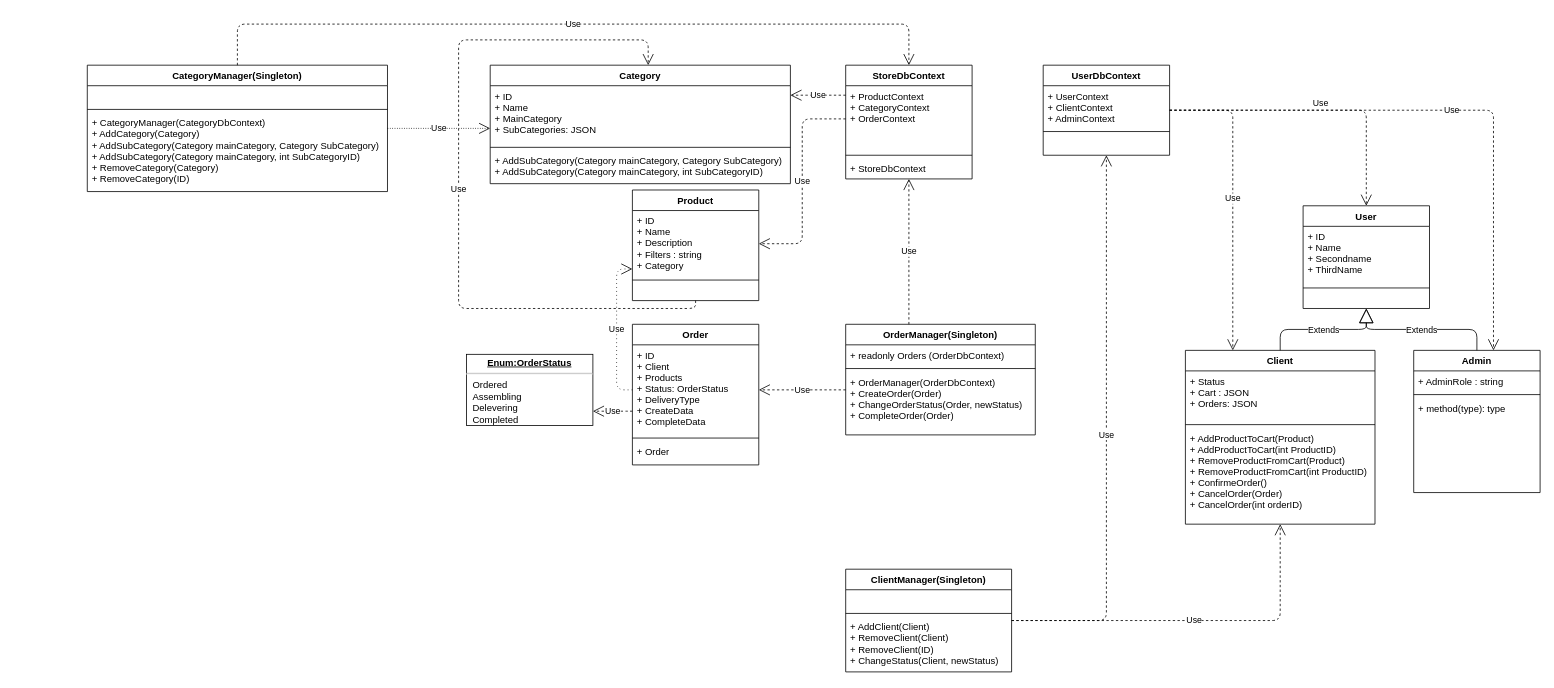
Before: UML Diagram.drawio in ArtemGB/AlpakaStore, a draw.io diagram. Source tidied: cells renumbered, new cells numbered last; positions are measured from the earlier drawing's top-left corner, leaving out a move shared by most shapes. Both pictures are drawn from the tidied source at 79%, with x=0, y=0 at pixel (87, 24).
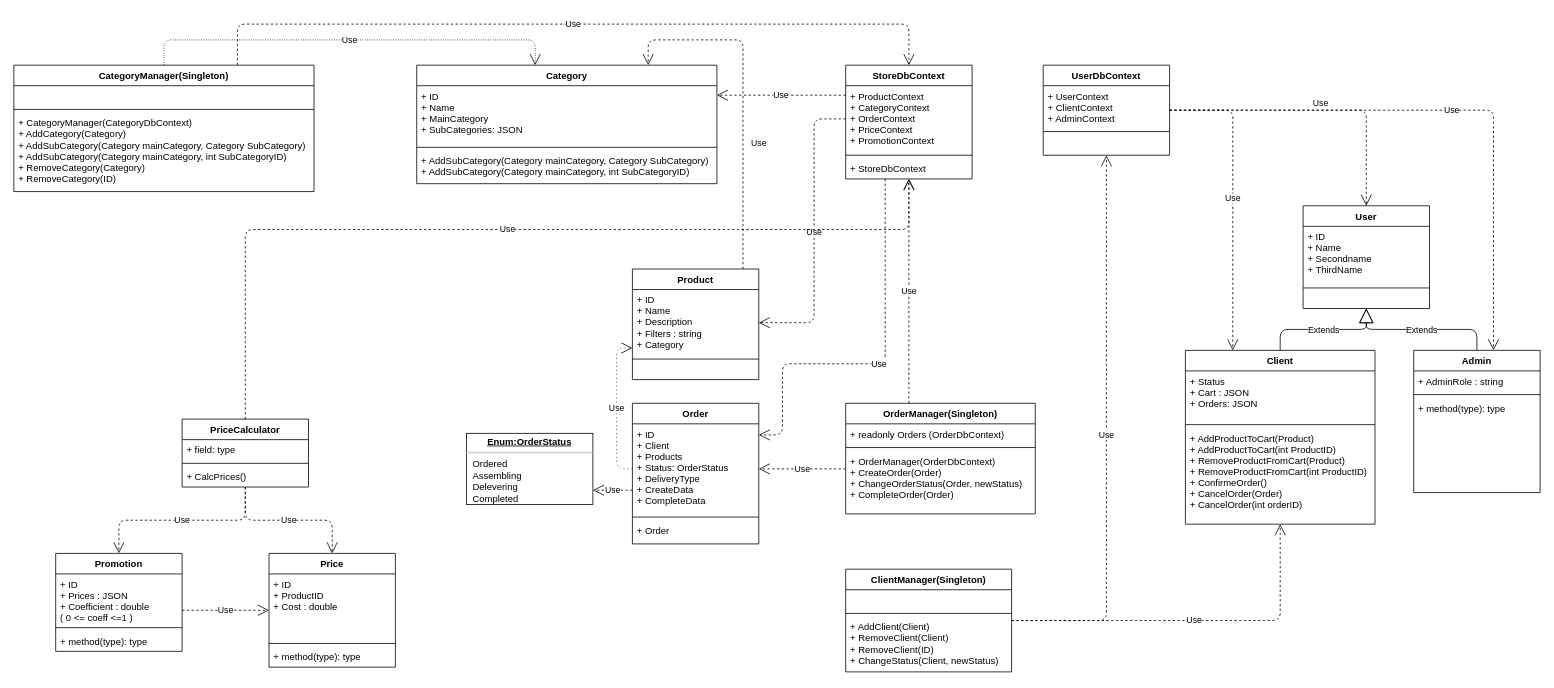
The same page after the edit.

Unchanged cells that the change refers to:
```xml
<mxCell id="3" value="+ ID&#10;+ Name&#10;+ Description&#10;+ Filters : string&#10;+ Category" style="text;strokeColor=none;fillColor=none;align=left;verticalAlign=top;spacingLeft=4;spacingRight=4;overflow=hidden;points=[[0,0.5],[1,0.5]];portConstraint=eastwest;" parent="2" vertex="1">
  <mxGeometry y="26" width="160" height="84" as="geometry" />
</mxCell>
<mxCell id="10" value="StoreDbContext" style="swimlane;fontStyle=1;align=center;verticalAlign=top;horizontal=1;startSize=26;" parent="1" vertex="1">
  <mxGeometry x="960" y="52" width="160" height="144" as="geometry" />
</mxCell>
<mxCell id="29" value="+ ID&#10;+ Client&#10;+ Products&#10;+ Status: OrderStatus&#10;+ DeliveryType&#10;+ CreateData&#10;+ CompleteData" style="text;strokeColor=none;fillColor=none;align=left;verticalAlign=top;spacingLeft=4;spacingRight=4;overflow=hidden;points=[[0,0.5],[1,0.5]];portConstraint=eastwest;" parent="28" vertex="1">
  <mxGeometry y="26" width="160" height="114" as="geometry" />
</mxCell>
```

What changed in the source:
```diff
@@
     <mxCell id="2" value="Product" style="swimlane;fontStyle=1;align=center;verticalAlign=top;horizontal=1;startSize=26;" parent="1" vertex="1">
-      <mxGeometry x="690" y="210" width="160" height="140" as="geometry" />
+      <mxGeometry x="690" y="310" width="160" height="140" as="geometry" />
     </mxCell>
@@
     <mxCell id="6" value="Category" style="swimlane;fontStyle=1;align=center;verticalAlign=top;horizontal=1;startSize=26;" parent="1" vertex="1">
-      <mxGeometry x="510" y="52" width="380" height="150" as="geometry" />
+      <mxGeometry x="417" y="52" width="380" height="150" as="geometry" />
     </mxCell>
@@
-    <mxCell id="11" value="+ ProductContext&#10;+ CategoryContext&#10;+ OrderContext" style="text;strokeColor=none;fillColor=none;align=left;verticalAlign=top;spacingLeft=4;spacingRight=4;overflow=hidden;points=[[0,0.5],[1,0.5]];portConstraint=eastwest;" parent="10" vertex="1">
+    <mxCell id="11" value="+ ProductContext&#10;+ CategoryContext&#10;+ OrderContext&#10;+ PriceContext&#10;+ PromotionContext" style="text;strokeColor=none;fillColor=none;align=left;verticalAlign=top;spacingLeft=4;spacingRight=4;overflow=hidden;points=[[0,0.5],[1,0.5]];portConstraint=eastwest;" parent="10" vertex="1">
       <mxGeometry y="26" width="160" height="84" as="geometry" />
     </mxCell>
@@
     <mxCell id="28" value="Order" style="swimlane;fontStyle=1;align=center;verticalAlign=top;horizontal=1;startSize=26;" parent="1" vertex="1">
-      <mxGeometry x="690" y="380" width="160" height="178" as="geometry" />
+      <mxGeometry x="690" y="480" width="160" height="178" as="geometry" />
     </mxCell>
@@
     <mxCell id="32" value="&lt;p style=&quot;margin: 0px ; margin-top: 4px ; text-align: center ; text-decoration: underline&quot;&gt;&lt;b&gt;Enum:OrderStatus&lt;/b&gt;&lt;/p&gt;&lt;hr&gt;&lt;p style=&quot;margin: 0px ; margin-left: 8px&quot;&gt;Ordered&lt;br&gt;Assembling&lt;/p&gt;&lt;p style=&quot;margin: 0px ; margin-left: 8px&quot;&gt;Delevering&lt;/p&gt;&lt;p style=&quot;margin: 0px ; margin-left: 8px&quot;&gt;Completed&lt;/p&gt;" style="verticalAlign=top;align=left;overflow=fill;fontSize=12;fontFamily=Helvetica;html=1;" parent="1" vertex="1">
-      <mxGeometry x="480" y="418" width="160" height="90" as="geometry" />
+      <mxGeometry x="480" y="518" width="160" height="90" as="geometry" />
     </mxCell>
     <mxCell id="33" value="OrderManager(Singleton)" style="swimlane;fontStyle=1;align=center;verticalAlign=top;horizontal=1;startSize=26;" parent="1" vertex="1">
-      <mxGeometry x="960" y="380" width="240" height="140" as="geometry" />
+      <mxGeometry x="960" y="480" width="240" height="140" as="geometry" />
     </mxCell>
@@
     <mxCell id="37" value="Use" style="endArrow=open;endSize=12;dashed=1;html=1;edgeStyle=orthogonalEdgeStyle;" parent="1" edge="1" source="28" target="32">
       <mxGeometry relative="1" as="geometry">
         <Array as="points">
-          <mxPoint x="680" y="490" />
-          <mxPoint x="680" y="490" />
+          <mxPoint x="680" y="590" />
+          <mxPoint x="680" y="590" />
         </Array>
       </mxGeometry>
     </mxCell>
     <mxCell id="38" value="Use" style="endArrow=open;endSize=12;dashed=1;html=1;exitX=0;exitY=0.5;exitDx=0;exitDy=0;entryX=1;entryY=0.5;entryDx=0;entryDy=0;edgeStyle=orthogonalEdgeStyle;" parent="1" edge="1" source="11" target="3">
-      <mxGeometry relative="1" as="geometry" />
+      <mxGeometry relative="1" as="geometry">
+        <Array as="points">
+          <mxPoint x="920" y="120" />
+          <mxPoint x="920" y="378" />
+        </Array>
+      </mxGeometry>
     </mxCell>
@@
     <mxCell id="40" value="Use" style="endArrow=open;endSize=12;dashed=1;html=1;entryX=1;entryY=0.5;entryDx=0;entryDy=0;edgeStyle=orthogonalEdgeStyle;" parent="1" edge="1" source="33" target="29">
       <mxGeometry relative="1" as="geometry">
         <Array as="points">
-          <mxPoint x="930" y="463" />
-          <mxPoint x="930" y="463" />
+          <mxPoint x="930" y="563" />
+          <mxPoint x="930" y="563" />
         </Array>
       </mxGeometry>
     </mxCell>
     <mxCell id="41" value="Use" style="endArrow=open;endSize=12;dashed=1;html=1;edgeStyle=orthogonalEdgeStyle;dashPattern=1 4;" parent="1" edge="1" source="28" target="2">
       <mxGeometry relative="1" as="geometry">
         <Array as="points">
-          <mxPoint x="670" y="463" />
-          <mxPoint x="670" y="310" />
+          <mxPoint x="670" y="563" />
+          <mxPoint x="670" y="410" />
         </Array>
       </mxGeometry>
     </mxCell>
     <mxCell id="42" value="Use" style="endArrow=open;endSize=12;dashed=1;html=1;edgeStyle=orthogonalEdgeStyle;" parent="1" edge="1" source="2" target="6">
-      <mxGeometry relative="1" as="geometry">
+      <mxGeometry x="-0.28" y="-20" relative="1" as="geometry">
         <Array as="points">
-          <mxPoint x="770" y="360" />
-          <mxPoint x="470" y="360" />
-          <mxPoint x="470" y="20" />
+          <mxPoint x="830" y="20" />
           <mxPoint x="710" y="20" />
         </Array>
       </mxGeometry>
     </mxCell>
     <mxCell id="43" value="CategoryManager(Singleton)" style="swimlane;fontStyle=1;align=center;verticalAlign=top;horizontal=1;startSize=26;" parent="1" vertex="1">
-      <mxGeometry y="52" width="380" height="160" as="geometry" />
+      <mxGeometry x="-93" y="52" width="380" height="160" as="geometry" />
     </mxCell>
@@
     <mxCell id="47" value="Use" style="endArrow=open;endSize=12;dashed=1;html=1;edgeStyle=orthogonalEdgeStyle;dashPattern=1 2;" parent="1" edge="1" source="43" target="6">
       <mxGeometry relative="1" as="geometry">
         <Array as="points">
-          <mxPoint x="660" y="132" />
-          <mxPoint x="660" y="132" />
+          <mxPoint x="97" y="20" />
+          <mxPoint x="567" y="20" />
         </Array>
       </mxGeometry>
     </mxCell>
@@
+    <mxCell id="63" value="Price" style="swimlane;fontStyle=1;align=center;verticalAlign=top;horizontal=1;startSize=26;" parent="1" vertex="1">
+      <mxGeometry x="230" y="670" width="160" height="144" as="geometry" />
+    </mxCell>
+    <mxCell id="64" value="+ ID&#10;+ ProductID&#10;+ Cost : double" style="text;strokeColor=none;fillColor=none;align=left;verticalAlign=top;spacingLeft=4;spacingRight=4;overflow=hidden;" parent="63" vertex="1">
+      <mxGeometry y="26" width="160" height="84" as="geometry" />
+    </mxCell>
+    <mxCell id="65" style="line;strokeWidth=1;fillColor=none;align=left;verticalAlign=middle;spacingTop=-1;spacingLeft=3;spacingRight=3;labelPosition=right;" parent="63" vertex="1">
+      <mxGeometry y="110" width="160" height="8" as="geometry" />
+    </mxCell>
+    <mxCell id="66" value="+ method(type): type" style="text;strokeColor=none;fillColor=none;align=left;verticalAlign=top;spacingLeft=4;spacingRight=4;overflow=hidden;" parent="63" vertex="1">
+      <mxGeometry y="118" width="160" height="26" as="geometry" />
+    </mxCell>
+    <mxCell id="67" value="Promotion" style="swimlane;fontStyle=1;align=center;verticalAlign=top;horizontal=1;startSize=26;" parent="1" vertex="1">
+      <mxGeometry x="-40" y="670" width="160" height="124" as="geometry" />
+    </mxCell>
+    <mxCell id="68" value="+ ID&#10;+ Prices : JSON&#10;+ Coefficient : double &#10;( 0 &lt;= coeff &lt;=1 )" style="text;strokeColor=none;fillColor=none;align=left;verticalAlign=top;spacingLeft=4;spacingRight=4;overflow=hidden;" parent="67" vertex="1">
+      <mxGeometry y="26" width="160" height="64" as="geometry" />
+    </mxCell>
+    <mxCell id="69" style="line;strokeWidth=1;fillColor=none;align=left;verticalAlign=middle;spacingTop=-1;spacingLeft=3;spacingRight=3;labelPosition=right;" parent="67" vertex="1">
+      <mxGeometry y="90" width="160" height="8" as="geometry" />
+    </mxCell>
+    <mxCell id="70" value="+ method(type): type" style="text;strokeColor=none;fillColor=none;align=left;verticalAlign=top;spacingLeft=4;spacingRight=4;overflow=hidden;" parent="67" vertex="1">
+      <mxGeometry y="98" width="160" height="26" as="geometry" />
+    </mxCell>
+    <mxCell id="71" value="Use" style="endArrow=open;endSize=12;dashed=1;html=1;edgeStyle=orthogonalEdgeStyle;" parent="1" edge="1" source="67" target="63">
+      <mxGeometry relative="1" as="geometry">
+        <Array as="points">
+          <mxPoint x="150" y="742" />
+          <mxPoint x="150" y="742" />
+        </Array>
+      </mxGeometry>
+    </mxCell>
+    <mxCell id="72" value="PriceCalculator" style="swimlane;fontStyle=1;align=center;verticalAlign=top;horizontal=1;startSize=26;" parent="1" vertex="1">
+      <mxGeometry x="120" y="500" width="160" height="86" as="geometry" />
+    </mxCell>
+    <mxCell id="73" value="+ field: type" style="text;strokeColor=none;fillColor=none;align=left;verticalAlign=top;spacingLeft=4;spacingRight=4;overflow=hidden;" parent="72" vertex="1">
+      <mxGeometry y="26" width="160" height="26" as="geometry" />
+    </mxCell>
+    <mxCell id="74" style="line;strokeWidth=1;fillColor=none;align=left;verticalAlign=middle;spacingTop=-1;spacingLeft=3;spacingRight=3;labelPosition=right;" parent="72" vertex="1">
+      <mxGeometry y="52" width="160" height="8" as="geometry" />
+    </mxCell>
+    <mxCell id="75" value="+ CalcPrices()" style="text;strokeColor=none;fillColor=none;align=left;verticalAlign=top;spacingLeft=4;spacingRight=4;overflow=hidden;" parent="72" vertex="1">
+      <mxGeometry y="60" width="160" height="26" as="geometry" />
+    </mxCell>
+    <mxCell id="76" value="Use" style="endArrow=open;endSize=12;dashed=1;html=1;edgeStyle=orthogonalEdgeStyle;" parent="1" edge="1" source="72" target="63">
+      <mxGeometry relative="1" as="geometry" />
+    </mxCell>
+    <mxCell id="77" value="Use" style="endArrow=open;endSize=12;dashed=1;html=1;edgeStyle=orthogonalEdgeStyle;" parent="1" edge="1" source="72" target="67">
+      <mxGeometry relative="1" as="geometry" />
+    </mxCell>
+    <mxCell id="78" value="Use" style="endArrow=open;endSize=12;dashed=1;html=1;edgeStyle=orthogonalEdgeStyle;" parent="1" edge="1" source="72" target="10">
+      <mxGeometry relative="1" as="geometry">
+        <Array as="points">
+          <mxPoint x="200" y="260" />
+          <mxPoint x="1040" y="260" />
+        </Array>
+      </mxGeometry>
+    </mxCell>
+    <mxCell id="79" value="Use" style="endArrow=open;endSize=12;dashed=1;html=1;edgeStyle=orthogonalEdgeStyle;" parent="1" edge="1" source="10" target="28">
+      <mxGeometry relative="1" as="geometry">
+        <Array as="points">
+          <mxPoint x="1010" y="430" />
+          <mxPoint x="880" y="430" />
+          <mxPoint x="880" y="520" />
+        </Array>
+      </mxGeometry>
+    </mxCell>
```
